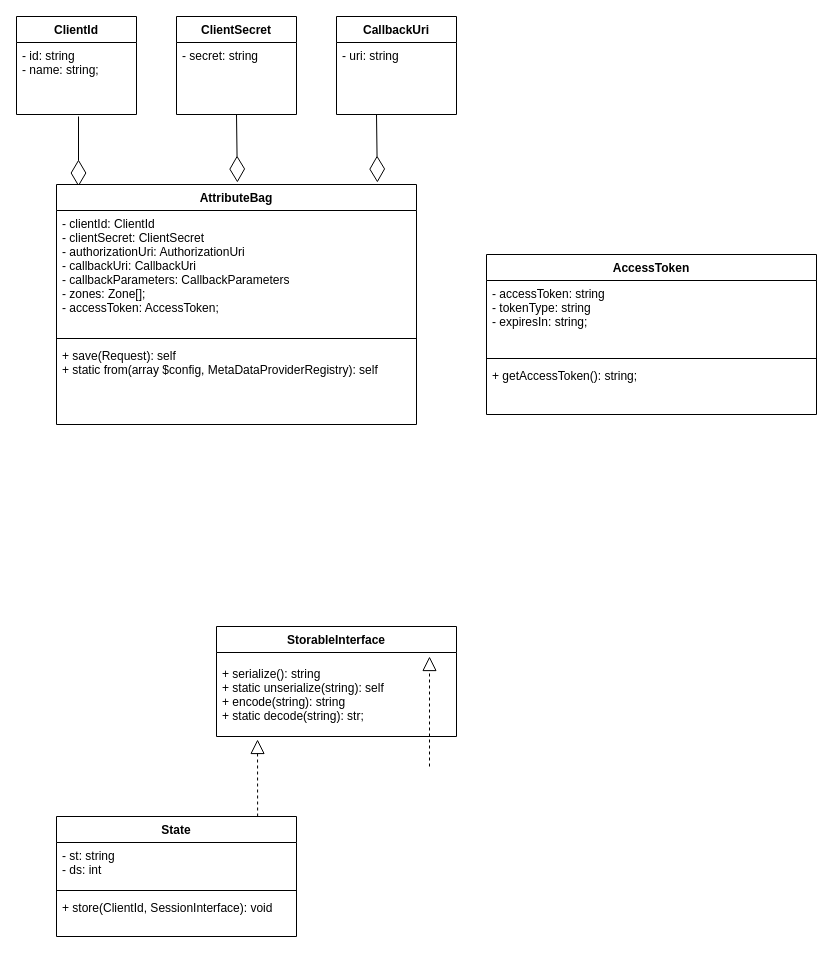
The draw.io diagram page "attributes" (3 of 4) of oauth.drawio in andrzej-pakula/oauth-api-connector-bundle, before the edit. Source tidied: cells renumbered, new cells numbered last; positions are measured from the earlier drawing's top-left corner, leaving out a move shared by most shapes. Both pictures are drawn from the tidied source at 100%, with x=0, y=0 at pixel (16, 16).
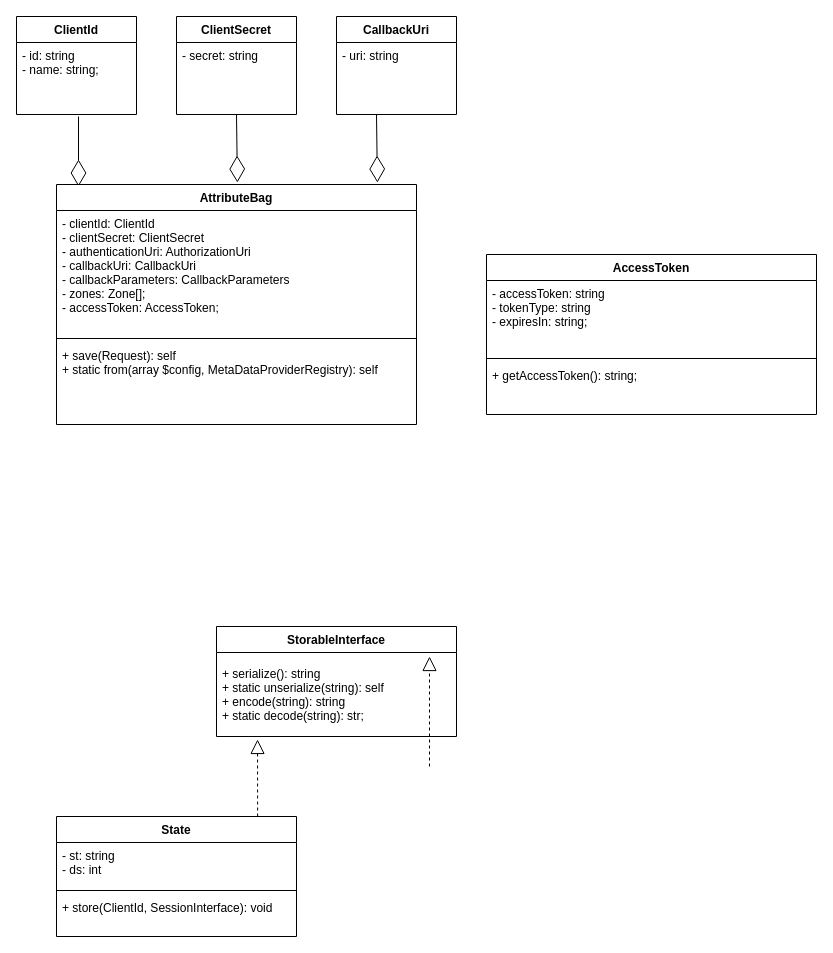
Above is the later version.

Unchanged cells that the change refers to:
```xml
<mxCell id="15" value="AttributeBag" style="swimlane;fontStyle=1;align=center;verticalAlign=top;horizontal=1;startSize=26;strokeColor=#000000;" parent="1" vertex="1">
  <mxGeometry x="40" y="168" width="360" height="240" as="geometry" />
</mxCell>
```

What changed in the source:
```diff
@@
-    <mxCell id="16" value="- clientId: ClientId&#10;- clientSecret: ClientSecret&#10;- authorizationUri: AuthorizationUri&#10;- callbackUri: CallbackUri&#10;- callbackParameters: CallbackParameters&#10;- zones: Zone[];&#10;- accessToken: AccessToken;" style="text;strokeColor=none;fillColor=none;align=left;verticalAlign=top;spacingLeft=4;spacingRight=4;overflow=hidden;" parent="15" vertex="1">
+    <mxCell id="16" value="- clientId: ClientId&#10;- clientSecret: ClientSecret&#10;- authenticationUri: AuthorizationUri&#10;- callbackUri: CallbackUri&#10;- callbackParameters: CallbackParameters&#10;- zones: Zone[];&#10;- accessToken: AccessToken;" style="text;strokeColor=none;fillColor=none;align=left;verticalAlign=top;spacingLeft=4;spacingRight=4;overflow=hidden;" parent="15" vertex="1">
       <mxGeometry y="26" width="360" height="124" as="geometry" />
     </mxCell>
```
